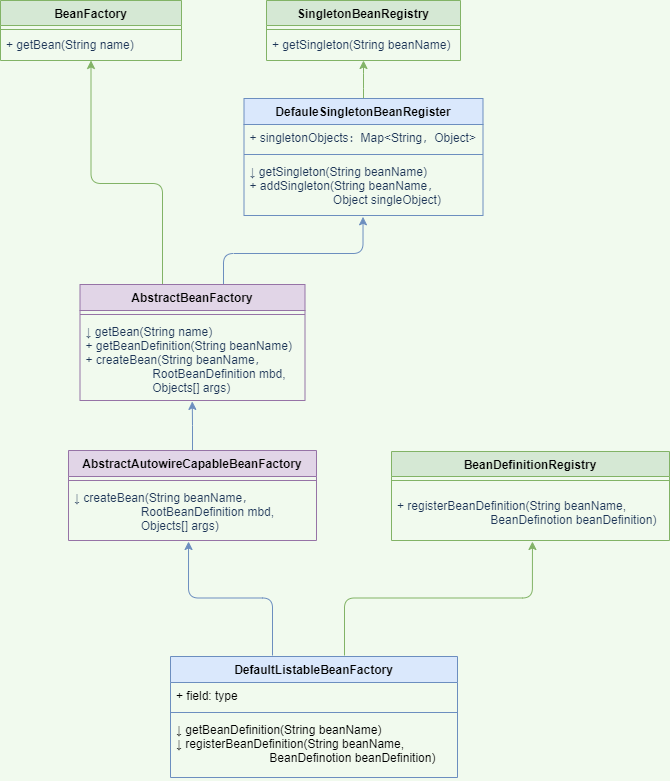
cavs-coder/diagrams keeps this draw.io diagram as kanghong/Untitled Diagram.drawio.png. Above is the earlier version. Source tidied: cells renumbered, new cells last; positions are measured from the earlier drawing's top-left corner, leaving out a move shared by most shapes.
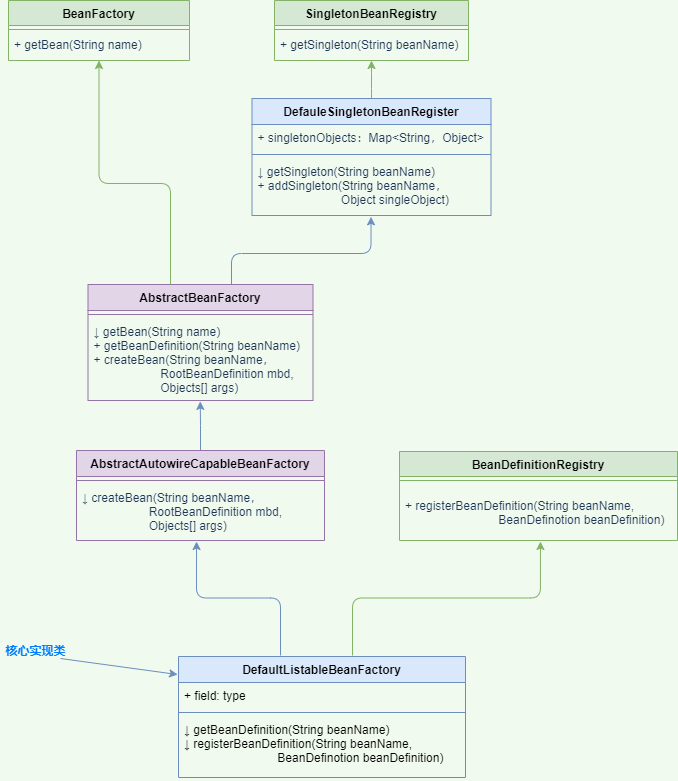
Above is the later version.

What changed in the source:
```diff
@@ -103,5 +103,13 @@
     <mxCell id="30" value="+ registerBeanDefinition(String beanName,&#10;                            BeanDefinotion beanDefinition)" style="text;align=left;verticalAlign=middle;spacingLeft=4;spacingRight=4;overflow=hidden;points=[[0,0.5],[1,0.5]];portConstraint=eastwest;fontColor=#1D3557;fontSize=12;" parent="28" vertex="1">
       <mxGeometry y="33" width="278" height="56" as="geometry" />
     </mxCell>
+    <mxCell id="31" style="endArrow=classic;html=1;rounded=1;fontSize=12;entryX=-0.003;entryY=0.149;entryDx=0;entryDy=0;entryPerimeter=0;fillColor=#dae8fc;strokeColor=#6c8ebf;" parent="1" edge="1" target="24">
+      <mxGeometry relative="1" as="geometry">
+        <mxPoint x="52" y="658" as="sourcePoint" />
+      </mxGeometry>
+    </mxCell>
+    <mxCell id="32" value="&lt;font color=&quot;#007fff&quot;&gt;&lt;b&gt;核心实现类&lt;/b&gt;&lt;/font&gt;" style="text;html=1;align=center;verticalAlign=middle;strokeColor=none;fillColor=none;fontSize=12;" parent="1" vertex="1">
+      <mxGeometry x="-8" y="642" width="70" height="18" as="geometry" />
+    </mxCell>
   </root>
 </mxGraphModel>
```
